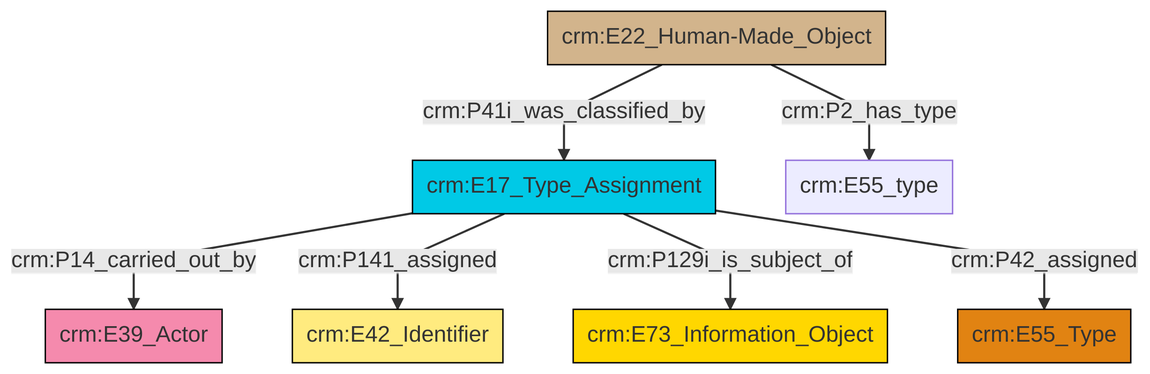
The Mermaid diagram et/builtWorkCSV/ttl/mmd/png/Built_Work_designation_status.png in swiss-art-research-net/docs.swissartresearch, before a commit. Its source is kept beside it as et/builtWorkCSV/ttl/mmd/Built_Work_designation_status.ttl.mmd.
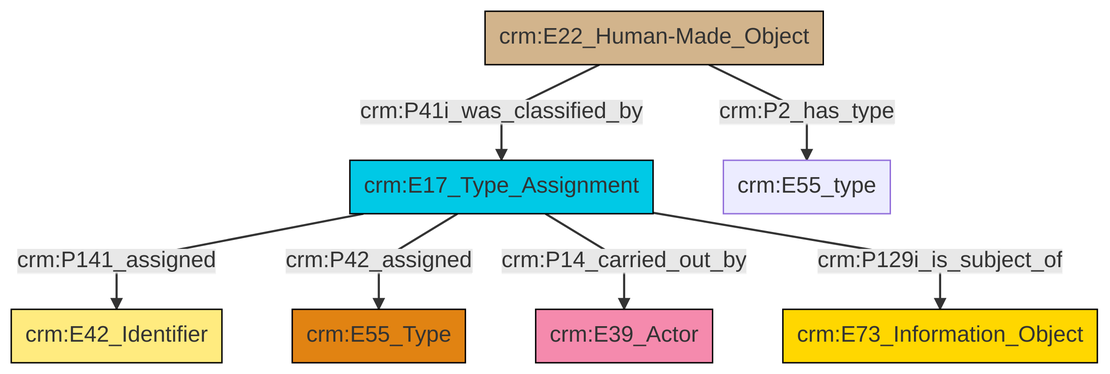
Above is the later version.

The edit, as a diff of the source:
```diff
@@ -13,9 +13,9 @@
 classDef PC_Classes fill:#4ce600, stroke:#000000;
 classDef Multi fill:#cccccc,stroke:#000000;
 
-6["crm:E17_Type_Assignment"]:::Temporal_Entity -->|crm:P14_carried_out_by| 4["crm:E39_Actor"]:::Actor
-6["crm:E17_Type_Assignment"]:::Temporal_Entity -->|crm:P141_assigned| 7["crm:E42_Identifier"]:::Appellation
-9["crm:E22_Human-Made_Object"]:::Physical_Thing -->|crm:P41i_was_classified_by| 6["crm:E17_Type_Assignment"]:::Temporal_Entity
-9["crm:E22_Human-Made_Object"]:::Physical_Thing -->|crm:P2_has_type| 10["crm:E55_type"]:::Default
-6["crm:E17_Type_Assignment"]:::Temporal_Entity -->|crm:P129i_is_subject_of| 2["crm:E73_Information_Object"]:::Conceptual_Object
-6["crm:E17_Type_Assignment"]:::Temporal_Entity -->|crm:P42_assigned| 0["crm:E55_Type"]:::Type
+0["crm:E17_Type_Assignment"]:::Temporal_Entity -->|crm:P141_assigned| 1["crm:E42_Identifier"]:::Appellation
+0["crm:E17_Type_Assignment"]:::Temporal_Entity -->|crm:P42_assigned| 4["crm:E55_Type"]:::Type
+0["crm:E17_Type_Assignment"]:::Temporal_Entity -->|crm:P14_carried_out_by| 5["crm:E39_Actor"]:::Actor
+0["crm:E17_Type_Assignment"]:::Temporal_Entity -->|crm:P129i_is_subject_of| 7["crm:E73_Information_Object"]:::Conceptual_Object
+2["crm:E22_Human-Made_Object"]:::Physical_Thing -->|crm:P2_has_type| 8["crm:E55_type"]:::Default
+2["crm:E22_Human-Made_Object"]:::Physical_Thing -->|crm:P41i_was_classified_by| 0["crm:E17_Type_Assignment"]:::Temporal_Entity
```
